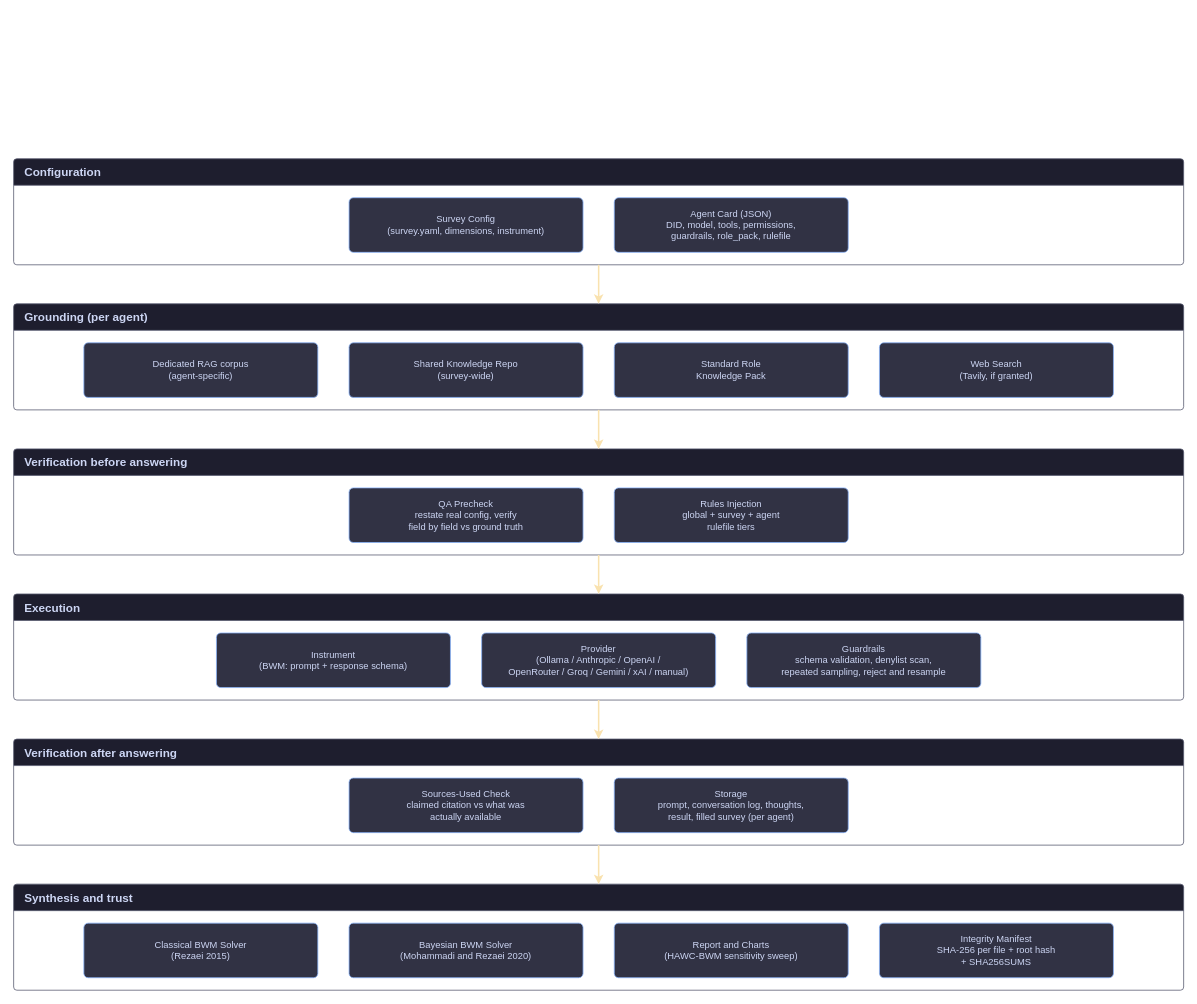
The draw.io diagram docs/architecture/current-system-architecture.drawio in sage-khan/symphysis-ai-research-survey-engine, before the edit. Source tidied: cells renumbered, new cells numbered last; positions are measured from the earlier drawing's top-left corner, leaving out a move shared by most shapes. Both pictures are drawn from the tidied source at 78%, with x=0, y=0 at pixel (13, 158).
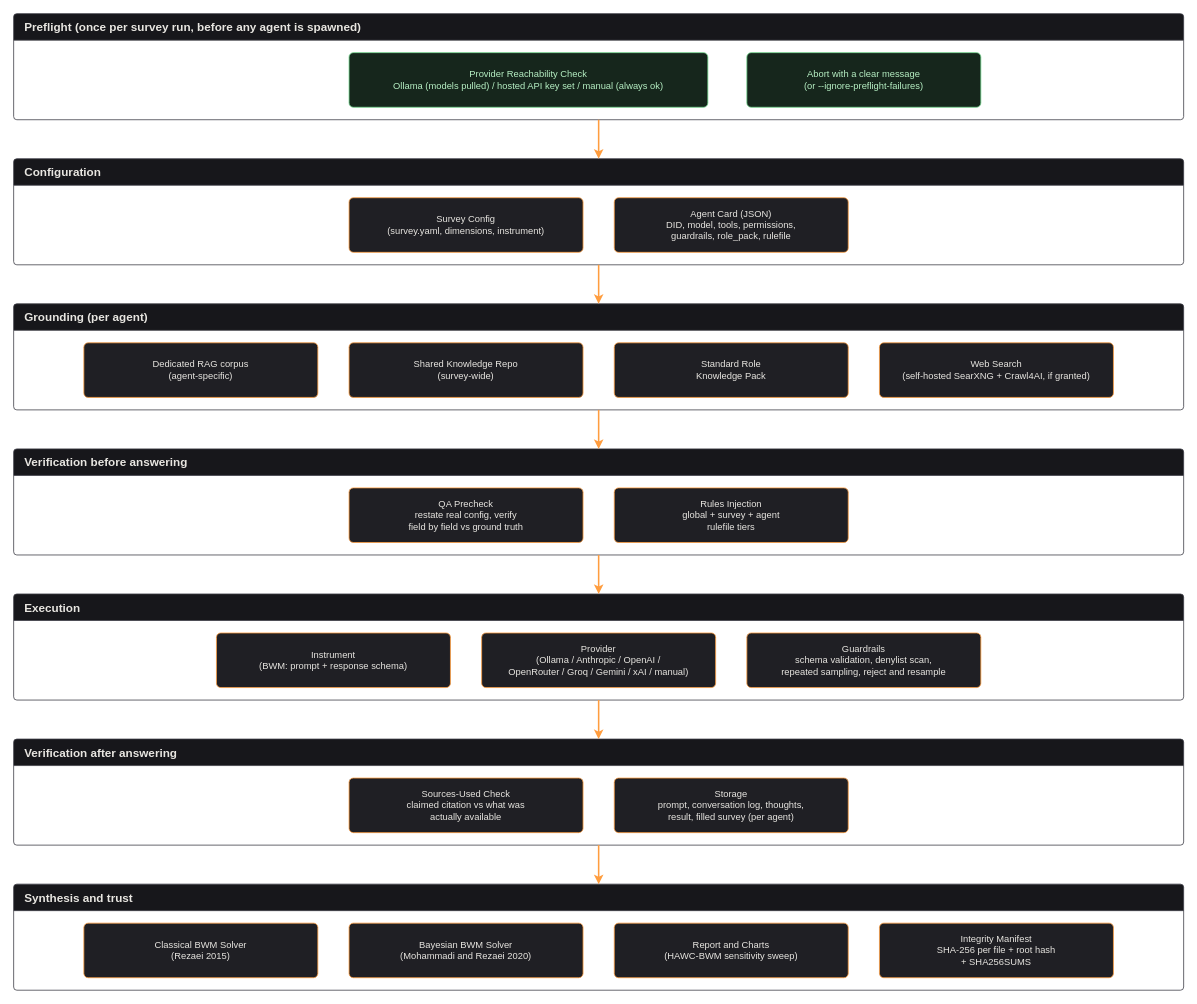
The same diagram, later.

Commit message (it also covers changes not shown here):
docs: refresh architecture diagrams for preflight check and web_search

The edit, as a diff of the source:
```diff
@@
+    <mxCell id="30" value="Preflight (once per survey run, before any agent is spawned)" style="swimlane;whiteSpace=wrap;html=1;startSize=34;fillColor=#17171b;strokeColor=#3d3d46;fontColor=#e8e6e1;fontSize=15;fontStyle=1;align=left;spacingLeft=12;rounded=1;arcSize=4;" parent="1" vertex="1">
+      <mxGeometry y="-186" width="1500" height="136" as="geometry" />
+    </mxCell>
-    <mxCell id="2" value="Configuration" style="swimlane;whiteSpace=wrap;html=1;startSize=34;fillColor=#1e1e2e;strokeColor=#585b70;fontColor=#cdd6f4;fontSize=15;fontStyle=1;align=left;spacingLeft=12;rounded=1;arcSize=4;" parent="1" vertex="1">
+    <mxCell id="2" value="Configuration" style="swimlane;whiteSpace=wrap;html=1;startSize=34;fillColor=#17171b;strokeColor=#3d3d46;fontColor=#e8e6e1;fontSize=15;fontStyle=1;align=left;spacingLeft=12;rounded=1;arcSize=4;" parent="1" vertex="1">
       <mxGeometry width="1500" height="136" as="geometry" />
     </mxCell>
+    <mxCell id="5" value="Grounding (per agent)" style="swimlane;whiteSpace=wrap;html=1;startSize=34;fillColor=#17171b;strokeColor=#3d3d46;fontColor=#e8e6e1;fontSize=15;fontStyle=1;align=left;spacingLeft=12;rounded=1;arcSize=4;" parent="1" vertex="1">
+      <mxGeometry y="186" width="1500" height="136" as="geometry" />
+    </mxCell>
+    <mxCell id="10" value="Verification before answering" style="swimlane;whiteSpace=wrap;html=1;startSize=34;fillColor=#17171b;strokeColor=#3d3d46;fontColor=#e8e6e1;fontSize=15;fontStyle=1;align=left;spacingLeft=12;rounded=1;arcSize=4;" parent="1" vertex="1">
+      <mxGeometry y="372" width="1500" height="136" as="geometry" />
+    </mxCell>
+    <mxCell id="13" value="Execution" style="swimlane;whiteSpace=wrap;html=1;startSize=34;fillColor=#17171b;strokeColor=#3d3d46;fontColor=#e8e6e1;fontSize=15;fontStyle=1;align=left;spacingLeft=12;rounded=1;arcSize=4;" parent="1" vertex="1">
+      <mxGeometry y="558" width="1500" height="136" as="geometry" />
+    </mxCell>
+    <mxCell id="17" value="Verification after answering" style="swimlane;whiteSpace=wrap;html=1;startSize=34;fillColor=#17171b;strokeColor=#3d3d46;fontColor=#e8e6e1;fontSize=15;fontStyle=1;align=left;spacingLeft=12;rounded=1;arcSize=4;" parent="1" vertex="1">
+      <mxGeometry y="744" width="1500" height="136" as="geometry" />
+    </mxCell>
+    <mxCell id="20" value="Synthesis and trust" style="swimlane;whiteSpace=wrap;html=1;startSize=34;fillColor=#17171b;strokeColor=#3d3d46;fontColor=#e8e6e1;fontSize=15;fontStyle=1;align=left;spacingLeft=12;rounded=1;arcSize=4;" parent="1" vertex="1">
+      <mxGeometry y="930" width="1500" height="136" as="geometry" />
+    </mxCell>
+    <mxCell id="31" value="Provider Reachability Check&lt;br&gt;Ollama (models pulled) / hosted API key set / manual (always ok)" style="rounded=1;whiteSpace=wrap;html=1;fillColor=#16261c;strokeColor=#6fd68a;fontColor=#b7f0c4;fontSize=12;arcSize=8;" parent="30" vertex="1">
+      <mxGeometry x="430" y="50" width="460" height="70" as="geometry" />
+    </mxCell>
+    <mxCell id="32" value="Abort with a clear message&lt;br&gt;(or --ignore-preflight-failures)" style="rounded=1;whiteSpace=wrap;html=1;fillColor=#16261c;strokeColor=#6fd68a;fontColor=#b7f0c4;fontSize=12;arcSize=8;" parent="30" vertex="1">
+      <mxGeometry x="940" y="50" width="300" height="70" as="geometry" />
+    </mxCell>
-    <mxCell id="3" value="Survey Config&lt;br&gt;(survey.yaml, dimensions, instrument)" style="rounded=1;whiteSpace=wrap;html=1;fillColor=#313244;strokeColor=#89b4fa;fontColor=#cdd6f4;fontSize=12;arcSize=8;" parent="2" vertex="1">
+    <mxCell id="3" value="Survey Config&lt;br&gt;(survey.yaml, dimensions, instrument)" style="rounded=1;whiteSpace=wrap;html=1;fillColor=#1f1f24;strokeColor=#ff9d3f;fontColor=#e8e6e1;fontSize=12;arcSize=8;" parent="2" vertex="1">
       <mxGeometry x="430" y="50" width="300" height="70" as="geometry" />
     </mxCell>
-    <mxCell id="4" value="Agent Card (JSON)&lt;br&gt;DID, model, tools, permissions,&lt;br&gt;guardrails, role_pack, rulefile" style="rounded=1;whiteSpace=wrap;html=1;fillColor=#313244;strokeColor=#89b4fa;fontColor=#cdd6f4;fontSize=12;arcSize=8;" parent="2" vertex="1">
+    <mxCell id="4" value="Agent Card (JSON)&lt;br&gt;DID, model, tools, permissions,&lt;br&gt;guardrails, role_pack, rulefile" style="rounded=1;whiteSpace=wrap;html=1;fillColor=#1f1f24;strokeColor=#ff9d3f;fontColor=#e8e6e1;fontSize=12;arcSize=8;" parent="2" vertex="1">
       <mxGeometry x="770" y="50" width="300" height="70" as="geometry" />
     </mxCell>
-    <mxCell id="5" value="Grounding (per agent)" style="swimlane;whiteSpace=wrap;html=1;startSize=34;fillColor=#1e1e2e;strokeColor=#585b70;fontColor=#cdd6f4;fontSize=15;fontStyle=1;align=left;spacingLeft=12;rounded=1;arcSize=4;" parent="1" vertex="1">
-      <mxGeometry y="186" width="1500" height="136" as="geometry" />
-    </mxCell>
-    <mxCell id="6" value="Dedicated RAG corpus&lt;br&gt;(agent-specific)" style="rounded=1;whiteSpace=wrap;html=1;fillColor=#313244;strokeColor=#89b4fa;fontColor=#cdd6f4;fontSize=12;arcSize=8;" parent="5" vertex="1">
+    <mxCell id="6" value="Dedicated RAG corpus&lt;br&gt;(agent-specific)" style="rounded=1;whiteSpace=wrap;html=1;fillColor=#1f1f24;strokeColor=#ff9d3f;fontColor=#e8e6e1;fontSize=12;arcSize=8;" parent="5" vertex="1">
       <mxGeometry x="90" y="50" width="300" height="70" as="geometry" />
     </mxCell>
-    <mxCell id="7" value="Shared Knowledge Repo&lt;br&gt;(survey-wide)" style="rounded=1;whiteSpace=wrap;html=1;fillColor=#313244;strokeColor=#89b4fa;fontColor=#cdd6f4;fontSize=12;arcSize=8;" parent="5" vertex="1">
+    <mxCell id="7" value="Shared Knowledge Repo&lt;br&gt;(survey-wide)" style="rounded=1;whiteSpace=wrap;html=1;fillColor=#1f1f24;strokeColor=#ff9d3f;fontColor=#e8e6e1;fontSize=12;arcSize=8;" parent="5" vertex="1">
       <mxGeometry x="430" y="50" width="300" height="70" as="geometry" />
     </mxCell>
-    <mxCell id="8" value="Standard Role&lt;br&gt;Knowledge Pack" style="rounded=1;whiteSpace=wrap;html=1;fillColor=#313244;strokeColor=#89b4fa;fontColor=#cdd6f4;fontSize=12;arcSize=8;" parent="5" vertex="1">
+    <mxCell id="8" value="Standard Role&lt;br&gt;Knowledge Pack" style="rounded=1;whiteSpace=wrap;html=1;fillColor=#1f1f24;strokeColor=#ff9d3f;fontColor=#e8e6e1;fontSize=12;arcSize=8;" parent="5" vertex="1">
       <mxGeometry x="770" y="50" width="300" height="70" as="geometry" />
     </mxCell>
-    <mxCell id="9" value="Web Search&lt;br&gt;(Tavily, if granted)" style="rounded=1;whiteSpace=wrap;html=1;fillColor=#313244;strokeColor=#89b4fa;fontColor=#cdd6f4;fontSize=12;arcSize=8;" parent="5" vertex="1">
+    <mxCell id="9" value="Web Search&lt;br&gt;(self-hosted SearXNG + Crawl4AI, if granted)" style="rounded=1;whiteSpace=wrap;html=1;fillColor=#1f1f24;strokeColor=#ff9d3f;fontColor=#e8e6e1;fontSize=12;arcSize=8;" parent="5" vertex="1">
       <mxGeometry x="1110" y="50" width="300" height="70" as="geometry" />
     </mxCell>
-    <mxCell id="10" value="Verification before answering" style="swimlane;whiteSpace=wrap;html=1;startSize=34;fillColor=#1e1e2e;strokeColor=#585b70;fontColor=#cdd6f4;fontSize=15;fontStyle=1;align=left;spacingLeft=12;rounded=1;arcSize=4;" parent="1" vertex="1">
-      <mxGeometry y="372" width="1500" height="136" as="geometry" />
-    </mxCell>
-    <mxCell id="11" value="QA Precheck&lt;br&gt;restate real config, verify&lt;br&gt;field by field vs ground truth" style="rounded=1;whiteSpace=wrap;html=1;fillColor=#313244;strokeColor=#89b4fa;fontColor=#cdd6f4;fontSize=12;arcSize=8;" parent="10" vertex="1">
+    <mxCell id="11" value="QA Precheck&lt;br&gt;restate real config, verify&lt;br&gt;field by field vs ground truth" style="rounded=1;whiteSpace=wrap;html=1;fillColor=#1f1f24;strokeColor=#ff9d3f;fontColor=#e8e6e1;fontSize=12;arcSize=8;" parent="10" vertex="1">
       <mxGeometry x="430" y="50" width="300" height="70" as="geometry" />
     </mxCell>
-    <mxCell id="12" value="Rules Injection&lt;br&gt;global + survey + agent&lt;br&gt;rulefile tiers" style="rounded=1;whiteSpace=wrap;html=1;fillColor=#313244;strokeColor=#89b4fa;fontColor=#cdd6f4;fontSize=12;arcSize=8;" parent="10" vertex="1">
+    <mxCell id="12" value="Rules Injection&lt;br&gt;global + survey + agent&lt;br&gt;rulefile tiers" style="rounded=1;whiteSpace=wrap;html=1;fillColor=#1f1f24;strokeColor=#ff9d3f;fontColor=#e8e6e1;fontSize=12;arcSize=8;" parent="10" vertex="1">
       <mxGeometry x="770" y="50" width="300" height="70" as="geometry" />
     </mxCell>
-    <mxCell id="13" value="Execution" style="swimlane;whiteSpace=wrap;html=1;startSize=34;fillColor=#1e1e2e;strokeColor=#585b70;fontColor=#cdd6f4;fontSize=15;fontStyle=1;align=left;spacingLeft=12;rounded=1;arcSize=4;" parent="1" vertex="1">
-      <mxGeometry y="558" width="1500" height="136" as="geometry" />
-    </mxCell>
-    <mxCell id="14" value="Instrument&lt;br&gt;(BWM: prompt + response schema)" style="rounded=1;whiteSpace=wrap;html=1;fillColor=#313244;strokeColor=#89b4fa;fontColor=#cdd6f4;fontSize=12;arcSize=8;" parent="13" vertex="1">
+    <mxCell id="14" value="Instrument&lt;br&gt;(BWM: prompt + response schema)" style="rounded=1;whiteSpace=wrap;html=1;fillColor=#1f1f24;strokeColor=#ff9d3f;fontColor=#e8e6e1;fontSize=12;arcSize=8;" parent="13" vertex="1">
       <mxGeometry x="260" y="50" width="300" height="70" as="geometry" />
     </mxCell>
-    <mxCell id="15" value="Provider&lt;br&gt;(Ollama / Anthropic / OpenAI /&lt;br&gt;OpenRouter / Groq / Gemini / xAI / manual)" style="rounded=1;whiteSpace=wrap;html=1;fillColor=#313244;strokeColor=#89b4fa;fontColor=#cdd6f4;fontSize=12;arcSize=8;" parent="13" vertex="1">
+    <mxCell id="15" value="Provider&lt;br&gt;(Ollama / Anthropic / OpenAI /&lt;br&gt;OpenRouter / Groq / Gemini / xAI / manual)" style="rounded=1;whiteSpace=wrap;html=1;fillColor=#1f1f24;strokeColor=#ff9d3f;fontColor=#e8e6e1;fontSize=12;arcSize=8;" parent="13" vertex="1">
       <mxGeometry x="600" y="50" width="300" height="70" as="geometry" />
     </mxCell>
-    <mxCell id="16" value="Guardrails&lt;br&gt;schema validation, denylist scan,&lt;br&gt;repeated sampling, reject and resample" style="rounded=1;whiteSpace=wrap;html=1;fillColor=#313244;strokeColor=#89b4fa;fontColor=#cdd6f4;fontSize=12;arcSize=8;" parent="13" vertex="1">
+    <mxCell id="16" value="Guardrails&lt;br&gt;schema validation, denylist scan,&lt;br&gt;repeated sampling, reject and resample" style="rounded=1;whiteSpace=wrap;html=1;fillColor=#1f1f24;strokeColor=#ff9d3f;fontColor=#e8e6e1;fontSize=12;arcSize=8;" parent="13" vertex="1">
       <mxGeometry x="940" y="50" width="300" height="70" as="geometry" />
     </mxCell>
-    <mxCell id="17" value="Verification after answering" style="swimlane;whiteSpace=wrap;html=1;startSize=34;fillColor=#1e1e2e;strokeColor=#585b70;fontColor=#cdd6f4;fontSize=15;fontStyle=1;align=left;spacingLeft=12;rounded=1;arcSize=4;" parent="1" vertex="1">
-      <mxGeometry y="744" width="1500" height="136" as="geometry" />
-    </mxCell>
-    <mxCell id="18" value="Sources-Used Check&lt;br&gt;claimed citation vs what was&lt;br&gt;actually available" style="rounded=1;whiteSpace=wrap;html=1;fillColor=#313244;strokeColor=#89b4fa;fontColor=#cdd6f4;fontSize=12;arcSize=8;" parent="17" vertex="1">
+    <mxCell id="18" value="Sources-Used Check&lt;br&gt;claimed citation vs what was&lt;br&gt;actually available" style="rounded=1;whiteSpace=wrap;html=1;fillColor=#1f1f24;strokeColor=#ff9d3f;fontColor=#e8e6e1;fontSize=12;arcSize=8;" parent="17" vertex="1">
       <mxGeometry x="430" y="50" width="300" height="70" as="geometry" />
     </mxCell>
-    <mxCell id="19" value="Storage&lt;br&gt;prompt, conversation log, thoughts,&lt;br&gt;result, filled survey (per agent)" style="rounded=1;whiteSpace=wrap;html=1;fillColor=#313244;strokeColor=#89b4fa;fontColor=#cdd6f4;fontSize=12;arcSize=8;" parent="17" vertex="1">
+    <mxCell id="19" value="Storage&lt;br&gt;prompt, conversation log, thoughts,&lt;br&gt;result, filled survey (per agent)" style="rounded=1;whiteSpace=wrap;html=1;fillColor=#1f1f24;strokeColor=#ff9d3f;fontColor=#e8e6e1;fontSize=12;arcSize=8;" parent="17" vertex="1">
       <mxGeometry x="770" y="50" width="300" height="70" as="geometry" />
     </mxCell>
-    <mxCell id="20" value="Synthesis and trust" style="swimlane;whiteSpace=wrap;html=1;startSize=34;fillColor=#1e1e2e;strokeColor=#585b70;fontColor=#cdd6f4;fontSize=15;fontStyle=1;align=left;spacingLeft=12;rounded=1;arcSize=4;" parent="1" vertex="1">
-      <mxGeometry y="930" width="1500" height="136" as="geometry" />
-    </mxCell>
-    <mxCell id="21" value="Classical BWM Solver&lt;br&gt;(Rezaei 2015)" style="rounded=1;whiteSpace=wrap;html=1;fillColor=#313244;strokeColor=#89b4fa;fontColor=#cdd6f4;fontSize=12;arcSize=8;" parent="20" vertex="1">
+    <mxCell id="21" value="Classical BWM Solver&lt;br&gt;(Rezaei 2015)" style="rounded=1;whiteSpace=wrap;html=1;fillColor=#1f1f24;strokeColor=#ff9d3f;fontColor=#e8e6e1;fontSize=12;arcSize=8;" parent="20" vertex="1">
       <mxGeometry x="90" y="50" width="300" height="70" as="geometry" />
     </mxCell>
-    <mxCell id="22" value="Bayesian BWM Solver&lt;br&gt;(Mohammadi and Rezaei 2020)" style="rounded=1;whiteSpace=wrap;html=1;fillColor=#313244;strokeColor=#89b4fa;fontColor=#cdd6f4;fontSize=12;arcSize=8;" parent="20" vertex="1">
+    <mxCell id="22" value="Bayesian BWM Solver&lt;br&gt;(Mohammadi and Rezaei 2020)" style="rounded=1;whiteSpace=wrap;html=1;fillColor=#1f1f24;strokeColor=#ff9d3f;fontColor=#e8e6e1;fontSize=12;arcSize=8;" parent="20" vertex="1">
       <mxGeometry x="430" y="50" width="300" height="70" as="geometry" />
     </mxCell>
-    <mxCell id="23" value="Report and Charts&lt;br&gt;(HAWC-BWM sensitivity sweep)" style="rounded=1;whiteSpace=wrap;html=1;fillColor=#313244;strokeColor=#89b4fa;fontColor=#cdd6f4;fontSize=12;arcSize=8;" parent="20" vertex="1">
+    <mxCell id="23" value="Report and Charts&lt;br&gt;(HAWC-BWM sensitivity sweep)" style="rounded=1;whiteSpace=wrap;html=1;fillColor=#1f1f24;strokeColor=#ff9d3f;fontColor=#e8e6e1;fontSize=12;arcSize=8;" parent="20" vertex="1">
       <mxGeometry x="770" y="50" width="300" height="70" as="geometry" />
     </mxCell>
-    <mxCell id="24" value="Integrity Manifest&lt;br&gt;SHA-256 per file + root hash&lt;br&gt;+ SHA256SUMS" style="rounded=1;whiteSpace=wrap;html=1;fillColor=#313244;strokeColor=#89b4fa;fontColor=#cdd6f4;fontSize=12;arcSize=8;" parent="20" vertex="1">
+    <mxCell id="24" value="Integrity Manifest&lt;br&gt;SHA-256 per file + root hash&lt;br&gt;+ SHA256SUMS" style="rounded=1;whiteSpace=wrap;html=1;fillColor=#1f1f24;strokeColor=#ff9d3f;fontColor=#e8e6e1;fontSize=12;arcSize=8;" parent="20" vertex="1">
       <mxGeometry x="1110" y="50" width="300" height="70" as="geometry" />
     </mxCell>
-    <mxCell id="25" style="edgeStyle=orthogonalEdgeStyle;rounded=0;html=1;strokeColor=#f9e2af;strokeWidth=2;exitX=0.5;exitY=1;exitDx=0;exitDy=0;entryX=0.5;entryY=0;entryDx=0;entryDy=0;" parent="1" edge="1" source="2" target="5">
+    <mxCell id="25" style="edgeStyle=orthogonalEdgeStyle;rounded=0;html=1;strokeColor=#ff9d3f;strokeWidth=2;exitX=0.5;exitY=1;exitDx=0;exitDy=0;entryX=0.5;entryY=0;entryDx=0;entryDy=0;" parent="1" edge="1" source="30" target="2">
       <mxGeometry relative="1" as="geometry" />
     </mxCell>
-    <mxCell id="26" style="edgeStyle=orthogonalEdgeStyle;rounded=0;html=1;strokeColor=#f9e2af;strokeWidth=2;exitX=0.5;exitY=1;exitDx=0;exitDy=0;entryX=0.5;entryY=0;entryDx=0;entryDy=0;" parent="1" edge="1" source="5" target="10">
+    <mxCell id="26" style="edgeStyle=orthogonalEdgeStyle;rounded=0;html=1;strokeColor=#ff9d3f;strokeWidth=2;exitX=0.5;exitY=1;exitDx=0;exitDy=0;entryX=0.5;entryY=0;entryDx=0;entryDy=0;" parent="1" edge="1" source="2" target="5">
       <mxGeometry relative="1" as="geometry" />
     </mxCell>
-    <mxCell id="27" style="edgeStyle=orthogonalEdgeStyle;rounded=0;html=1;strokeColor=#f9e2af;strokeWidth=2;exitX=0.5;exitY=1;exitDx=0;exitDy=0;entryX=0.5;entryY=0;entryDx=0;entryDy=0;" parent="1" edge="1" source="10" target="13">
+    <mxCell id="27" style="edgeStyle=orthogonalEdgeStyle;rounded=0;html=1;strokeColor=#ff9d3f;strokeWidth=2;exitX=0.5;exitY=1;exitDx=0;exitDy=0;entryX=0.5;entryY=0;entryDx=0;entryDy=0;" parent="1" edge="1" source="5" target="10">
       <mxGeometry relative="1" as="geometry" />
     </mxCell>
-    <mxCell id="28" style="edgeStyle=orthogonalEdgeStyle;rounded=0;html=1;strokeColor=#f9e2af;strokeWidth=2;exitX=0.5;exitY=1;exitDx=0;exitDy=0;entryX=0.5;entryY=0;entryDx=0;entryDy=0;" parent="1" edge="1" source="13" target="17">
+    <mxCell id="28" style="edgeStyle=orthogonalEdgeStyle;rounded=0;html=1;strokeColor=#ff9d3f;strokeWidth=2;exitX=0.5;exitY=1;exitDx=0;exitDy=0;entryX=0.5;entryY=0;entryDx=0;entryDy=0;" parent="1" edge="1" source="10" target="13">
       <mxGeometry relative="1" as="geometry" />
     </mxCell>
-    <mxCell id="29" style="edgeStyle=orthogonalEdgeStyle;rounded=0;html=1;strokeColor=#f9e2af;strokeWidth=2;exitX=0.5;exitY=1;exitDx=0;exitDy=0;entryX=0.5;entryY=0;entryDx=0;entryDy=0;" parent="1" edge="1" source="17" target="20">
+    <mxCell id="29" style="edgeStyle=orthogonalEdgeStyle;rounded=0;html=1;strokeColor=#ff9d3f;strokeWidth=2;exitX=0.5;exitY=1;exitDx=0;exitDy=0;entryX=0.5;entryY=0;entryDx=0;entryDy=0;" parent="1" edge="1" source="13" target="17">
       <mxGeometry relative="1" as="geometry" />
     </mxCell>
+    <mxCell id="33" style="edgeStyle=orthogonalEdgeStyle;rounded=0;html=1;strokeColor=#ff9d3f;strokeWidth=2;exitX=0.5;exitY=1;exitDx=0;exitDy=0;entryX=0.5;entryY=0;entryDx=0;entryDy=0;" parent="1" edge="1" source="17" target="20">
+      <mxGeometry relative="1" as="geometry" />
+    </mxCell>
```
